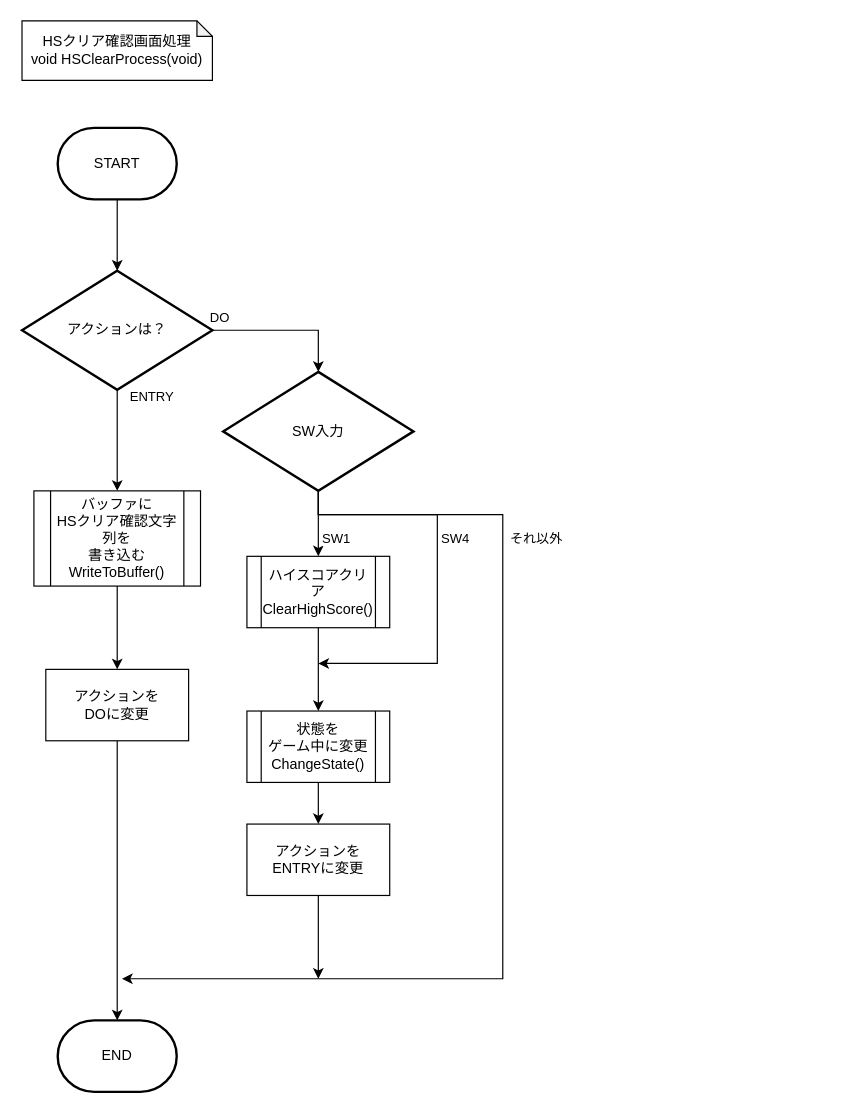
This is page "HSクリア確認画面" (4 of 9) of 資料/設計書/フローチャート/モグラ叩き_フローチャート_ゲーム前.drawio from hakohumi/comp.train.whack-a-mole, a draw.io file, before an edit. Source tidied: cells renumbered, new cells numbered last; positions are measured from the earlier drawing's top-left corner, leaving out a move shared by most shapes. Both pictures are drawn from the tidied source at 119%, with x=0, y=0 at pixel (21, 20).
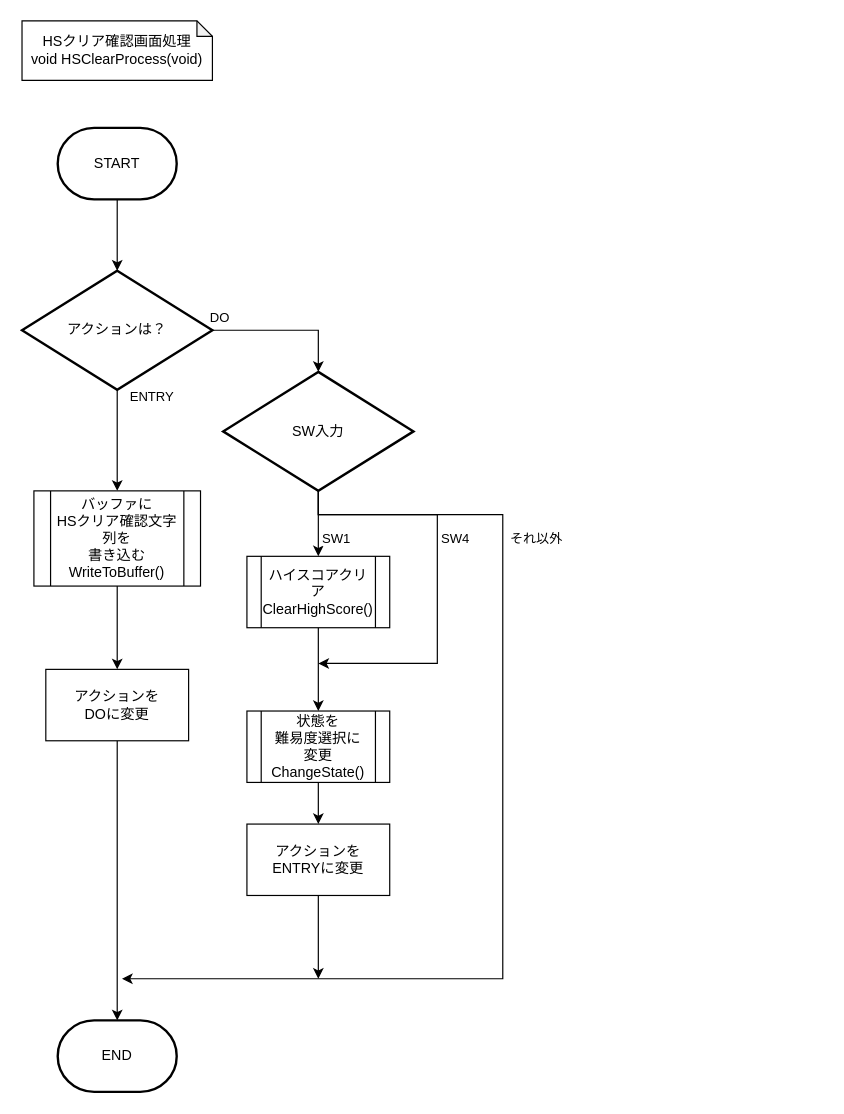
The same page after the edit.

What changed in the source:
```diff
@@
-    <mxCell id="10" value="状態を&lt;br&gt;ゲーム中に変更&lt;br&gt;ChangeState()" style="shape=process;whiteSpace=wrap;html=1;backgroundOutline=1;" parent="1" vertex="1">
+    <mxCell id="10" value="状態を&lt;br&gt;難易度選択に&lt;br&gt;変更&lt;br&gt;ChangeState()" style="shape=process;whiteSpace=wrap;html=1;backgroundOutline=1;" parent="1" vertex="1">
       <mxGeometry x="189" y="580" width="120" height="60" as="geometry" />
     </mxCell>
```
